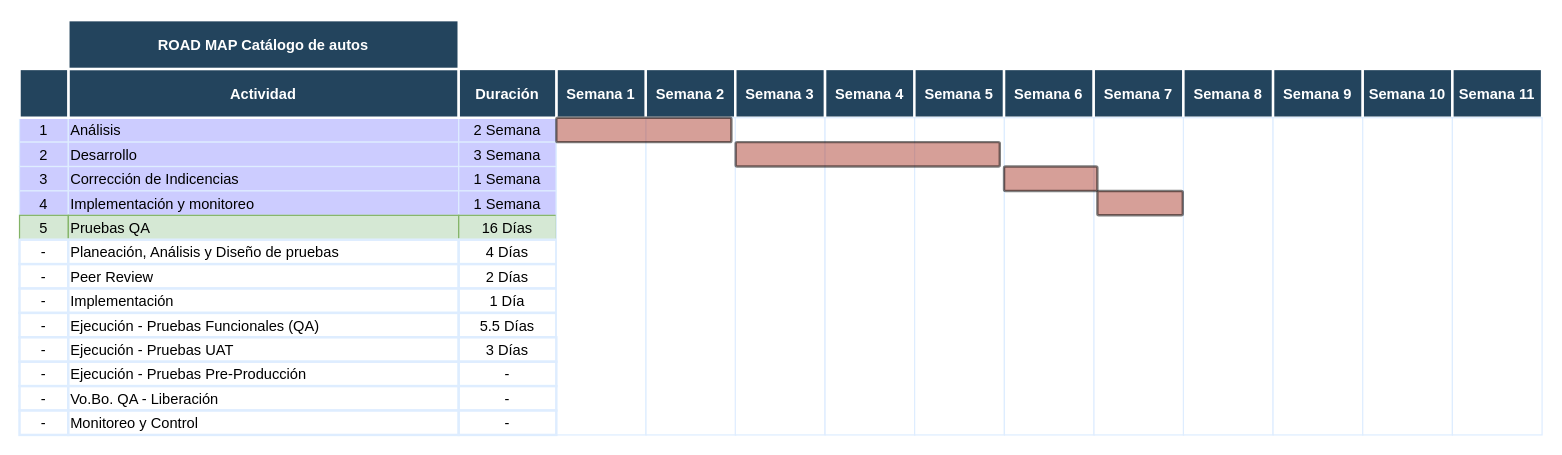
This is RoadMap_CatalogoAutos_Semanal.drawio from endoeca2/Diagramas, a draw.io file, before an edit. Source tidied: cells renumbered, new cells numbered last; positions are measured from the earlier drawing's top-left corner, leaving out a move shared by most shapes. Both pictures are drawn from the tidied source at 122%, with x=0, y=0 at pixel (18, 20).
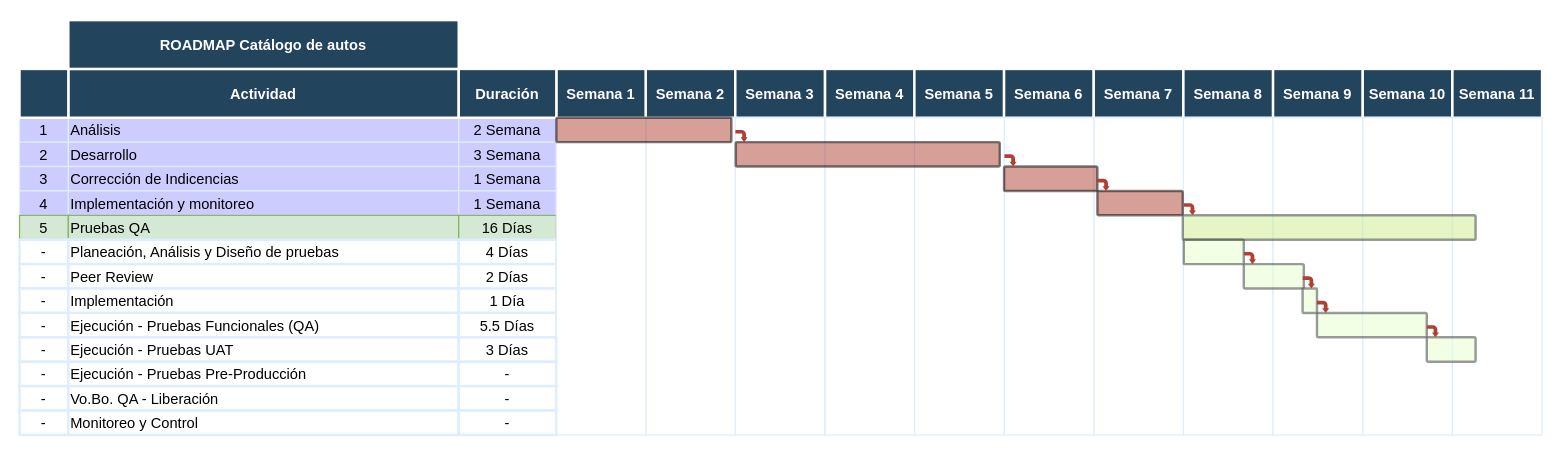
The same page after the edit.

The edit, as a diff of the source:
```diff
@@
-    <mxCell id="46" value="ROAD MAP Catálogo de autos" style="fillColor=#23445D;strokeColor=#FFFFFF;strokeWidth=2;fontColor=#FFFFFF;fontStyle=1;" parent="1" vertex="1">
+    <mxCell id="46" value="ROADMAP Catálogo de autos" style="fillColor=#23445D;strokeColor=#FFFFFF;strokeWidth=2;fontColor=#FFFFFF;fontStyle=1;" parent="1" vertex="1">
       <mxGeometry x="40.5" width="320" height="40" as="geometry" />
     </mxCell>
@@
+    <mxCell id="71" style="shape=mxgraph.flowchart.process;fillColor=#cdeb8b;strokeColor=#36393d;strokeWidth=2;opacity=50;" parent="1" vertex="1">
+      <mxGeometry x="954" y="160" width="240" height="20" as="geometry" />
+    </mxCell>
+    <mxCell id="72" style="shape=mxgraph.flowchart.process;fillColor=#E6FFCC;strokeColor=#36393d;strokeWidth=2;opacity=50;" parent="1" vertex="1">
+      <mxGeometry x="954.8" y="180" width="49.2" height="20" as="geometry" />
+    </mxCell>
+    <mxCell id="73" style="shape=mxgraph.flowchart.process;fillColor=#E6FFCC;strokeColor=#36393d;strokeWidth=2;opacity=50;" parent="1" vertex="1">
+      <mxGeometry x="1004" y="200" width="49.2" height="20" as="geometry" />
+    </mxCell>
+    <mxCell id="74" style="shape=mxgraph.flowchart.process;fillColor=#E6FFCC;strokeColor=#36393d;strokeWidth=2;opacity=50;" parent="1" vertex="1">
+      <mxGeometry x="1052.2" y="220" width="11.8" height="20" as="geometry" />
+    </mxCell>
+    <mxCell id="75" style="shape=mxgraph.flowchart.process;fillColor=#E6FFCC;strokeColor=#36393d;strokeWidth=2;opacity=50;" parent="1" vertex="1">
+      <mxGeometry x="1064" y="240" width="90" height="20" as="geometry" />
+    </mxCell>
+    <mxCell id="76" style="shape=mxgraph.flowchart.process;fillColor=#E6FFCC;strokeColor=#36393d;strokeWidth=2;opacity=50;" parent="1" vertex="1">
+      <mxGeometry x="1154" y="260" width="40" height="20" as="geometry" />
+    </mxCell>
+    <mxCell id="77" style="shape=mxgraph.arrows.bent_right_arrow;fillColor=#AE4132;strokeColor=none;strokeWidth=2;direction=south;" parent="1" vertex="1">
+      <mxGeometry x="587.3" y="90" width="10" height="10" as="geometry" />
+    </mxCell>
+    <mxCell id="78" style="shape=mxgraph.arrows.bent_right_arrow;fillColor=#AE4132;strokeColor=none;strokeWidth=2;direction=south;" parent="1" vertex="1">
+      <mxGeometry x="807.8" y="110" width="10" height="10" as="geometry" />
+    </mxCell>
+    <mxCell id="79" style="shape=mxgraph.arrows.bent_right_arrow;fillColor=#AE4132;strokeColor=none;strokeWidth=2;direction=south;" parent="1" vertex="1">
+      <mxGeometry x="884" y="130" width="10" height="10" as="geometry" />
+    </mxCell>
+    <mxCell id="80" style="shape=mxgraph.arrows.bent_right_arrow;fillColor=#AE4132;strokeColor=none;strokeWidth=2;direction=south;" parent="1" vertex="1">
+      <mxGeometry x="954.8" y="150" width="10" height="10" as="geometry" />
+    </mxCell>
+    <mxCell id="81" style="shape=mxgraph.arrows.bent_right_arrow;fillColor=#AE4132;strokeColor=none;strokeWidth=2;direction=south;" parent="1" vertex="1">
+      <mxGeometry x="1004" y="190" width="10" height="10" as="geometry" />
+    </mxCell>
+    <mxCell id="82" style="shape=mxgraph.arrows.bent_right_arrow;fillColor=#AE4132;strokeColor=none;strokeWidth=2;direction=south;" parent="1" vertex="1">
+      <mxGeometry x="1052.3" y="210" width="10" height="10" as="geometry" />
+    </mxCell>
+    <mxCell id="83" style="shape=mxgraph.arrows.bent_right_arrow;fillColor=#AE4132;strokeColor=none;strokeWidth=2;direction=south;" parent="1" vertex="1">
+      <mxGeometry x="1064" y="230" width="10" height="10" as="geometry" />
+    </mxCell>
+    <mxCell id="84" style="shape=mxgraph.arrows.bent_right_arrow;fillColor=#AE4132;strokeColor=none;strokeWidth=2;direction=south;" parent="1" vertex="1">
+      <mxGeometry x="1154" y="250" width="10" height="10" as="geometry" />
+    </mxCell>
```
